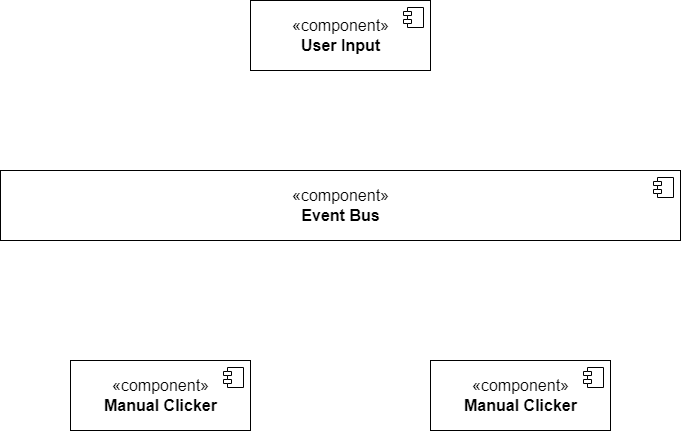
This is Architectural styles/Implicit Invocation Systems/Event Bus Cookie Clicker Example.drawio.png from smitbmx/Architecture-Diagrams, a draw.io export, as it was before one commit. Source tidied: cells renumbered, new cells last; positions are measured from the earlier drawing's top-left corner, leaving out a move shared by most shapes. The source it was exported from:
```xml
<mxGraphModel>
  <root>
    <mxCell id="0" />
    <mxCell id="1" parent="0" />
    <mxCell id="2" value="«component»&lt;br style=&quot;font-size: 16px;&quot;&gt;&lt;b style=&quot;font-size: 16px;&quot;&gt;User Input&lt;/b&gt;" style="html=1;fontSize=16;" parent="1" vertex="1">
      <mxGeometry x="250" width="180" height="70" as="geometry" />
    </mxCell>
    <mxCell id="3" style="shape=module;jettyWidth=8;jettyHeight=4;" parent="2" vertex="1">
      <mxGeometry x="1" width="20" height="20" relative="1" as="geometry">
        <mxPoint x="-27" y="7" as="offset" />
      </mxGeometry>
    </mxCell>
    <mxCell id="4" value="«component»&lt;br style=&quot;font-size: 16px&quot;&gt;&lt;b style=&quot;font-size: 16px&quot;&gt;Event Bus&lt;/b&gt;" style="html=1;fontSize=16;" parent="1" vertex="1">
      <mxGeometry y="170" width="680" height="70" as="geometry" />
    </mxCell>
    <mxCell id="5" style="shape=module;jettyWidth=8;jettyHeight=4;" parent="4" vertex="1">
      <mxGeometry x="1" width="20" height="20" relative="1" as="geometry">
        <mxPoint x="-27" y="7" as="offset" />
      </mxGeometry>
    </mxCell>
    <mxCell id="6" value="«component»&lt;br style=&quot;font-size: 16px&quot;&gt;&lt;b style=&quot;font-size: 16px&quot;&gt;Manual Clicker&lt;/b&gt;" style="html=1;fontSize=16;" parent="1" vertex="1">
      <mxGeometry x="70" y="360" width="180" height="70" as="geometry" />
    </mxCell>
    <mxCell id="7" style="shape=module;jettyWidth=8;jettyHeight=4;" parent="6" vertex="1">
      <mxGeometry x="1" width="20" height="20" relative="1" as="geometry">
        <mxPoint x="-27" y="7" as="offset" />
      </mxGeometry>
    </mxCell>
    <mxCell id="8" value="«component»&lt;br style=&quot;font-size: 16px&quot;&gt;&lt;b style=&quot;font-size: 16px&quot;&gt;Manual Clicker&lt;/b&gt;" style="html=1;fontSize=16;" parent="1" vertex="1">
      <mxGeometry x="430" y="360" width="180" height="70" as="geometry" />
    </mxCell>
    <mxCell id="9" style="shape=module;jettyWidth=8;jettyHeight=4;" parent="8" vertex="1">
      <mxGeometry x="1" width="20" height="20" relative="1" as="geometry">
        <mxPoint x="-27" y="7" as="offset" />
      </mxGeometry>
    </mxCell>
  </root>
</mxGraphModel>
```
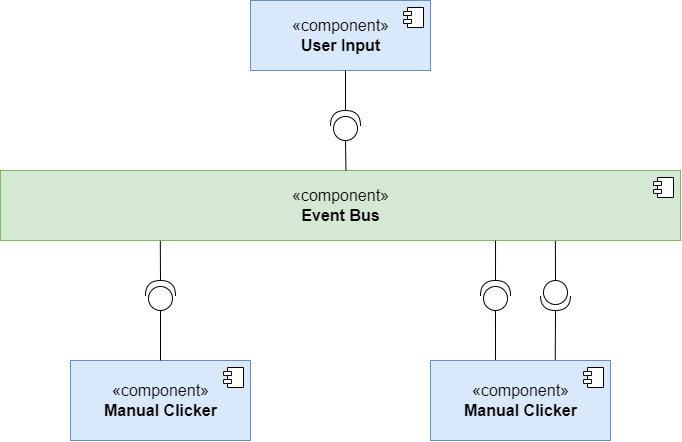
The same file after the commit.

Diff of the diagram source:
```diff
@@ -2,7 +2,7 @@
   <root>
     <mxCell id="0" />
     <mxCell id="1" parent="0" />
-    <mxCell id="2" value="«component»&lt;br style=&quot;font-size: 16px;&quot;&gt;&lt;b style=&quot;font-size: 16px;&quot;&gt;User Input&lt;/b&gt;" style="html=1;fontSize=16;" parent="1" vertex="1">
+    <mxCell id="2" value="«component»&lt;br style=&quot;font-size: 16px;&quot;&gt;&lt;b style=&quot;font-size: 16px;&quot;&gt;User Input&lt;/b&gt;" style="html=1;fontSize=16;fillColor=#dae8fc;strokeColor=#6c8ebf;" parent="1" vertex="1">
       <mxGeometry x="250" width="180" height="70" as="geometry" />
     </mxCell>
     <mxCell id="3" style="shape=module;jettyWidth=8;jettyHeight=4;" parent="2" vertex="1">
@@ -10,7 +10,7 @@
         <mxPoint x="-27" y="7" as="offset" />
       </mxGeometry>
     </mxCell>
-    <mxCell id="4" value="«component»&lt;br style=&quot;font-size: 16px&quot;&gt;&lt;b style=&quot;font-size: 16px&quot;&gt;Event Bus&lt;/b&gt;" style="html=1;fontSize=16;" parent="1" vertex="1">
+    <mxCell id="4" value="«component»&lt;br style=&quot;font-size: 16px&quot;&gt;&lt;b style=&quot;font-size: 16px&quot;&gt;Event Bus&lt;/b&gt;" style="html=1;fontSize=16;fillColor=#d5e8d4;strokeColor=#82b366;" parent="1" vertex="1">
       <mxGeometry y="170" width="680" height="70" as="geometry" />
     </mxCell>
     <mxCell id="5" style="shape=module;jettyWidth=8;jettyHeight=4;" parent="4" vertex="1">
@@ -18,21 +18,59 @@
         <mxPoint x="-27" y="7" as="offset" />
       </mxGeometry>
     </mxCell>
-    <mxCell id="6" value="«component»&lt;br style=&quot;font-size: 16px&quot;&gt;&lt;b style=&quot;font-size: 16px&quot;&gt;Manual Clicker&lt;/b&gt;" style="html=1;fontSize=16;" parent="1" vertex="1">
-      <mxGeometry x="70" y="360" width="180" height="70" as="geometry" />
+    <mxCell id="6" value="«component»&lt;br style=&quot;font-size: 16px&quot;&gt;&lt;b style=&quot;font-size: 16px&quot;&gt;Manual Clicker&lt;/b&gt;" style="html=1;fontSize=16;fillColor=#dae8fc;strokeColor=#6c8ebf;" parent="1" vertex="1">
+      <mxGeometry x="70" y="360" width="180" height="80" as="geometry" />
     </mxCell>
     <mxCell id="7" style="shape=module;jettyWidth=8;jettyHeight=4;" parent="6" vertex="1">
       <mxGeometry x="1" width="20" height="20" relative="1" as="geometry">
         <mxPoint x="-27" y="7" as="offset" />
       </mxGeometry>
     </mxCell>
-    <mxCell id="8" value="«component»&lt;br style=&quot;font-size: 16px&quot;&gt;&lt;b style=&quot;font-size: 16px&quot;&gt;Manual Clicker&lt;/b&gt;" style="html=1;fontSize=16;" parent="1" vertex="1">
-      <mxGeometry x="430" y="360" width="180" height="70" as="geometry" />
+    <mxCell id="8" value="«component»&lt;br style=&quot;font-size: 16px&quot;&gt;&lt;b style=&quot;font-size: 16px&quot;&gt;Manual Clicker&lt;/b&gt;" style="html=1;fontSize=16;fillColor=#dae8fc;strokeColor=#6c8ebf;" parent="1" vertex="1">
+      <mxGeometry x="430" y="360" width="180" height="80" as="geometry" />
     </mxCell>
     <mxCell id="9" style="shape=module;jettyWidth=8;jettyHeight=4;" parent="8" vertex="1">
       <mxGeometry x="1" width="20" height="20" relative="1" as="geometry">
         <mxPoint x="-27" y="7" as="offset" />
       </mxGeometry>
     </mxCell>
+    <mxCell id="10" style="shape=providedRequiredInterface;html=1;verticalLabelPosition=bottom;sketch=0;fontSize=16;rotation=-90;" parent="1" vertex="1">
+      <mxGeometry x="330" y="110" width="30" height="30" as="geometry" />
+    </mxCell>
+    <mxCell id="11" style="endArrow=none;html=1;rounded=0;fontSize=16;exitX=0;exitY=0.5;exitDx=0;exitDy=0;exitPerimeter=0;entryX=0.508;entryY=-0.001;entryDx=0;entryDy=0;entryPerimeter=0;" parent="1" edge="1" source="10" target="4">
+      <mxGeometry relative="1" as="geometry" />
+    </mxCell>
+    <mxCell id="12" style="endArrow=none;html=1;rounded=0;fontSize=16;exitX=1;exitY=0.5;exitDx=0;exitDy=0;exitPerimeter=0;" parent="1" edge="1" source="10">
+      <mxGeometry relative="1" as="geometry">
+        <mxPoint x="345" y="70" as="targetPoint" />
+      </mxGeometry>
+    </mxCell>
+    <mxCell id="13" style="shape=providedRequiredInterface;html=1;verticalLabelPosition=bottom;sketch=0;fontSize=16;rotation=-90;" parent="1" vertex="1">
+      <mxGeometry x="145" y="280" width="30" height="30" as="geometry" />
+    </mxCell>
+    <mxCell id="14" style="shape=providedRequiredInterface;html=1;verticalLabelPosition=bottom;sketch=0;fontSize=16;rotation=-90;" parent="1" vertex="1">
+      <mxGeometry x="480" y="280" width="30" height="30" as="geometry" />
+    </mxCell>
+    <mxCell id="15" style="shape=providedRequiredInterface;html=1;verticalLabelPosition=bottom;sketch=0;fontSize=16;rotation=90;" parent="1" vertex="1">
+      <mxGeometry x="540" y="280" width="30" height="30" as="geometry" />
+    </mxCell>
+    <mxCell id="16" style="endArrow=none;html=1;rounded=0;fontSize=16;exitX=0.5;exitY=0;exitDx=0;exitDy=0;entryX=0;entryY=0.5;entryDx=0;entryDy=0;entryPerimeter=0;" parent="1" edge="1" source="6" target="13">
+      <mxGeometry relative="1" as="geometry" />
+    </mxCell>
+    <mxCell id="17" style="endArrow=none;html=1;rounded=0;fontSize=16;exitX=1;exitY=0.5;exitDx=0;exitDy=0;exitPerimeter=0;entryX=0.235;entryY=1.005;entryDx=0;entryDy=0;entryPerimeter=0;" parent="1" edge="1" source="13" target="4">
+      <mxGeometry relative="1" as="geometry" />
+    </mxCell>
+    <mxCell id="18" style="endArrow=none;html=1;rounded=0;fontSize=16;exitX=1;exitY=0.5;exitDx=0;exitDy=0;exitPerimeter=0;entryX=0.728;entryY=1.001;entryDx=0;entryDy=0;entryPerimeter=0;" parent="1" edge="1" source="14" target="4">
+      <mxGeometry relative="1" as="geometry" />
+    </mxCell>
+    <mxCell id="19" style="endArrow=none;html=1;rounded=0;fontSize=16;entryX=0;entryY=0.5;entryDx=0;entryDy=0;entryPerimeter=0;exitX=0.361;exitY=-0.006;exitDx=0;exitDy=0;exitPerimeter=0;" parent="1" edge="1" source="8" target="14">
+      <mxGeometry relative="1" as="geometry" />
+    </mxCell>
+    <mxCell id="20" style="endArrow=none;html=1;rounded=0;fontSize=16;entryX=1;entryY=0.5;entryDx=0;entryDy=0;entryPerimeter=0;exitX=0.693;exitY=-0.009;exitDx=0;exitDy=0;exitPerimeter=0;" parent="1" edge="1" source="8" target="15">
+      <mxGeometry relative="1" as="geometry" />
+    </mxCell>
+    <mxCell id="21" style="endArrow=none;html=1;rounded=0;fontSize=16;entryX=0;entryY=0.5;entryDx=0;entryDy=0;entryPerimeter=0;exitX=0.816;exitY=1.006;exitDx=0;exitDy=0;exitPerimeter=0;" parent="1" edge="1" source="4" target="15">
+      <mxGeometry relative="1" as="geometry" />
+    </mxCell>
   </root>
 </mxGraphModel>
```
